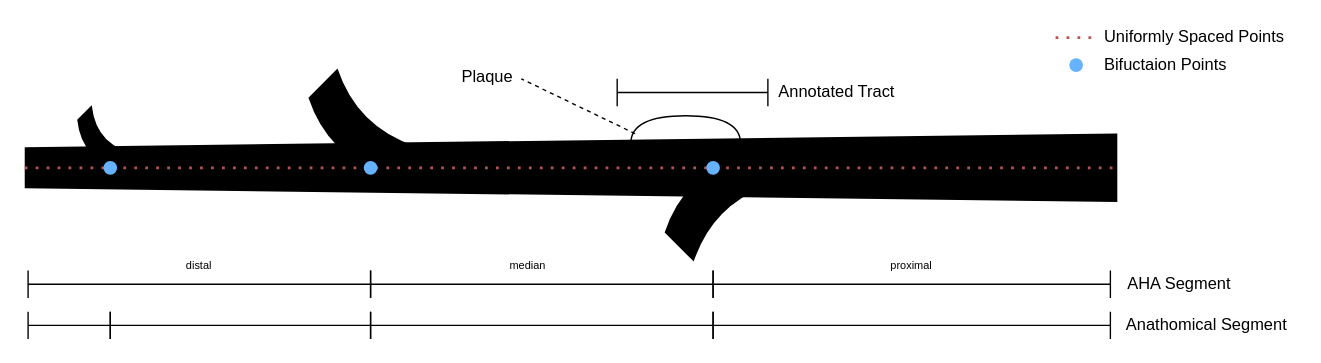
Earlier version of the draw.io diagram Untitled Diagram.drawio (marioviti/Graphs). Source tidied: cells renumbered, new cells numbered last; positions are measured from the earlier drawing's top-left corner, leaving out a move shared by most shapes. Both pictures are drawn from the tidied source at 137%, with x=0, y=0 at pixel (25, -379).
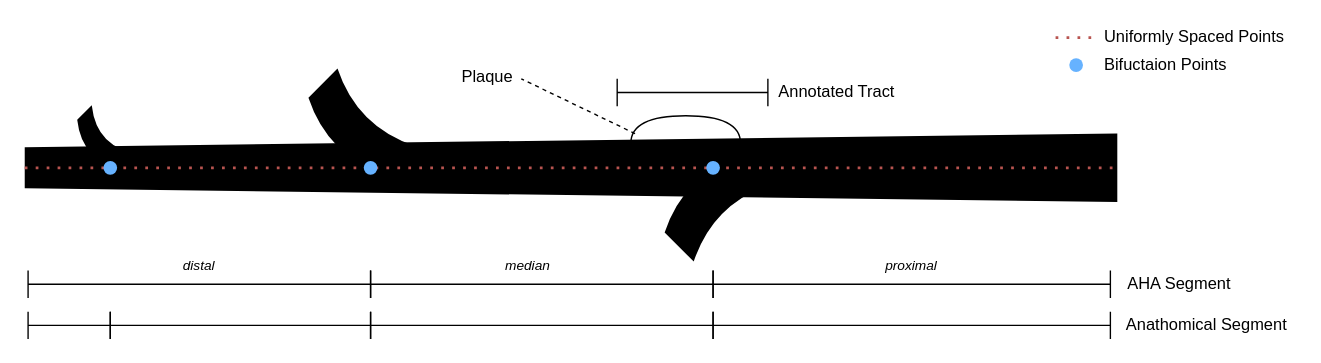
The same diagram, later.

Change to the diagram source:
```diff
@@
-    <mxCell id="29" value="proximal" style="text;html=1;strokeColor=none;fillColor=none;align=center;verticalAlign=middle;whiteSpace=wrap;rounded=0;fontSize=8;" parent="1" vertex="1">
+    <mxCell id="29" value="proximal" style="text;html=1;strokeColor=none;fillColor=none;align=center;verticalAlign=middle;whiteSpace=wrap;rounded=0;fontSize=10;fontStyle=2;" parent="1" vertex="1">
       <mxGeometry x="627" y="460" width="40" height="20" as="geometry" />
     </mxCell>
-    <mxCell id="30" value="median" style="text;html=1;strokeColor=none;fillColor=none;align=center;verticalAlign=middle;whiteSpace=wrap;rounded=0;fontSize=8;" parent="1" vertex="1">
+    <mxCell id="30" value="median" style="text;html=1;strokeColor=none;fillColor=none;align=center;verticalAlign=middle;whiteSpace=wrap;rounded=0;fontSize=10;fontStyle=2;" parent="1" vertex="1">
       <mxGeometry x="347" y="460" width="40" height="20" as="geometry" />
     </mxCell>
-    <mxCell id="31" value="distal" style="text;html=1;strokeColor=none;fillColor=none;align=center;verticalAlign=middle;whiteSpace=wrap;rounded=0;fontSize=8;" parent="1" vertex="1">
+    <mxCell id="31" value="distal" style="text;html=1;strokeColor=none;fillColor=none;align=center;verticalAlign=middle;whiteSpace=wrap;rounded=0;fontSize=10;fontStyle=2;" parent="1" vertex="1">
       <mxGeometry x="107" y="460" width="40" height="20" as="geometry" />
     </mxCell>
```
